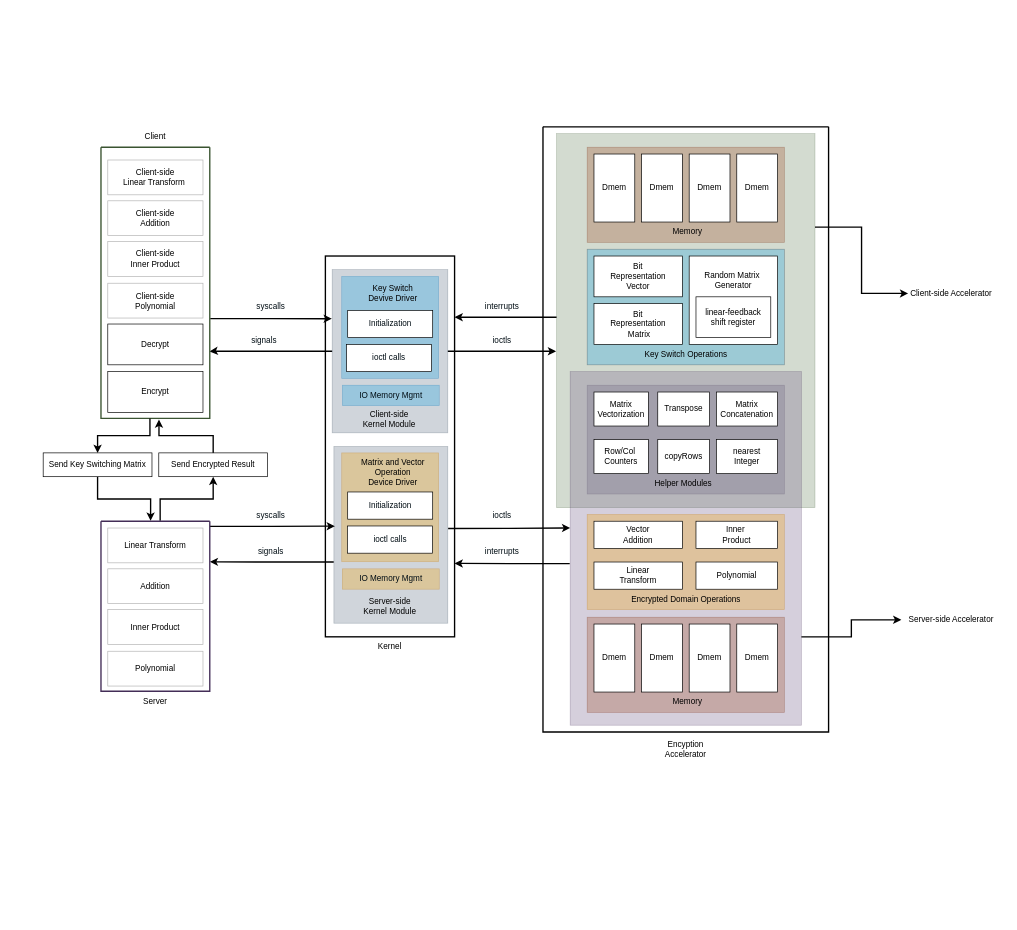
Before: Design_Overview.drawio in helloworld1921/Fully_Homomorphic_Encryption_Accelerator, a draw.io diagram. Source tidied: cells renumbered, new cells numbered last; positions are measured from the earlier drawing's top-left corner, leaving out a move shared by most shapes. Both pictures are drawn from the tidied source at 68%, with x=0, y=0 at pixel (43, 126).
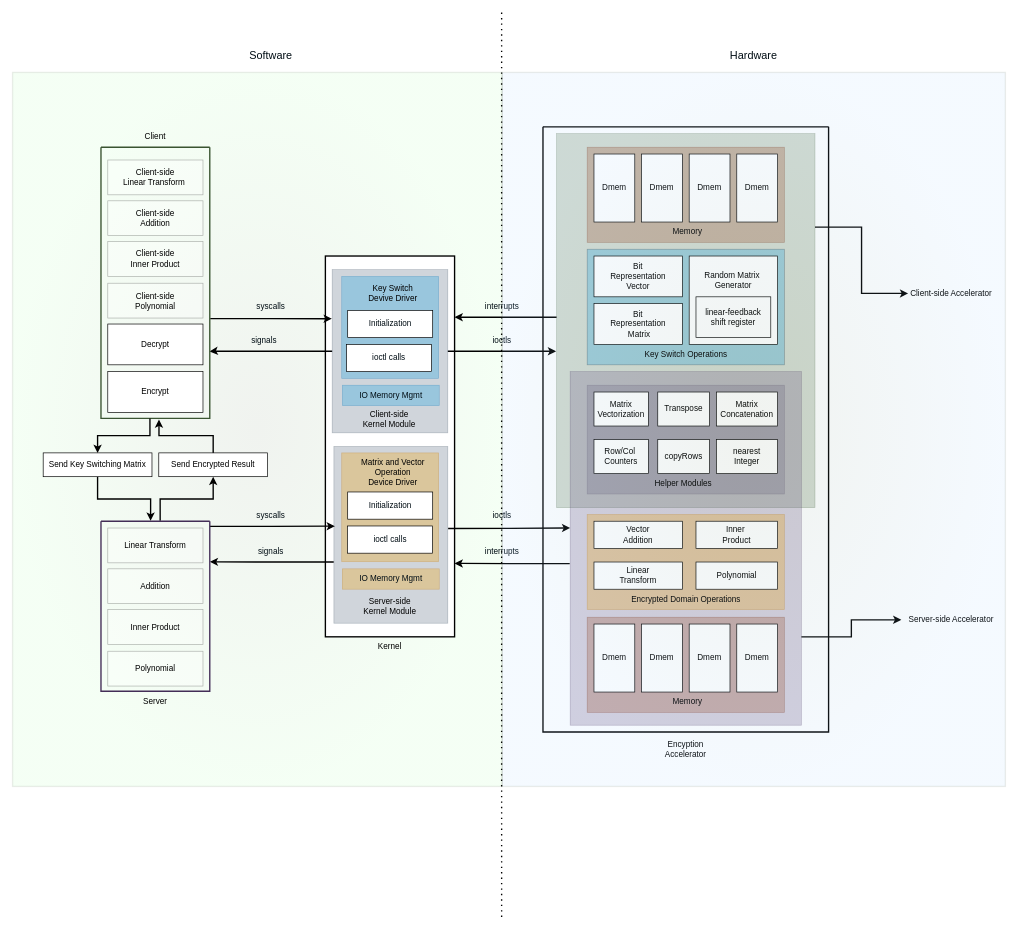
After the change.

What changed in the source:
```diff
@@
+    <mxCell id="94" style="rounded=0;whiteSpace=wrap;html=1;fontColor=#ffffff;strokeWidth=2;gradientDirection=radial;fillColor=#6d8764;strokeColor=#3A5431;opacity=10;gradientColor=#99FF99;" parent="1" vertex="1">
+      <mxGeometry x="-45" y="-80" width="720" height="1050" as="geometry" />
+    </mxCell>
@@
+    <mxCell id="95" style="endArrow=none;dashed=1;html=1;dashPattern=1 3;strokeWidth=2;rounded=0;fontColor=#000D14;" parent="1" edge="1">
+      <mxGeometry relative="1" as="geometry">
+        <mxPoint x="674.2" y="1162" as="sourcePoint" />
+        <mxPoint x="674.2" y="-168" as="targetPoint" />
+        <Array as="points">
+          <mxPoint x="674.2" y="392" />
+        </Array>
+      </mxGeometry>
+    </mxCell>
+    <mxCell id="96" style="rounded=0;whiteSpace=wrap;html=1;fontColor=#ffffff;strokeWidth=2;gradientDirection=radial;fillColor=#6d8764;strokeColor=#3A5431;opacity=10;gradientColor=#99CCFF;" parent="1" vertex="1">
+      <mxGeometry x="675" y="-80" width="740" height="1050" as="geometry" />
+    </mxCell>
+    <mxCell id="97" value="Software" style="text;html=1;strokeColor=none;fillColor=none;align=center;verticalAlign=middle;whiteSpace=wrap;rounded=0;fontColor=#000D14;opacity=10;strokeWidth=2;fontSize=16;" parent="1" vertex="1">
+      <mxGeometry x="305" y="-120" width="60" height="30" as="geometry" />
+    </mxCell>
+    <mxCell id="98" value="Hardware" style="text;html=1;strokeColor=none;fillColor=none;align=center;verticalAlign=middle;whiteSpace=wrap;rounded=0;fontColor=#000D14;opacity=10;strokeWidth=2;fontSize=16;" parent="1" vertex="1">
+      <mxGeometry x="1015" y="-120" width="60" height="30" as="geometry" />
+    </mxCell>
```
